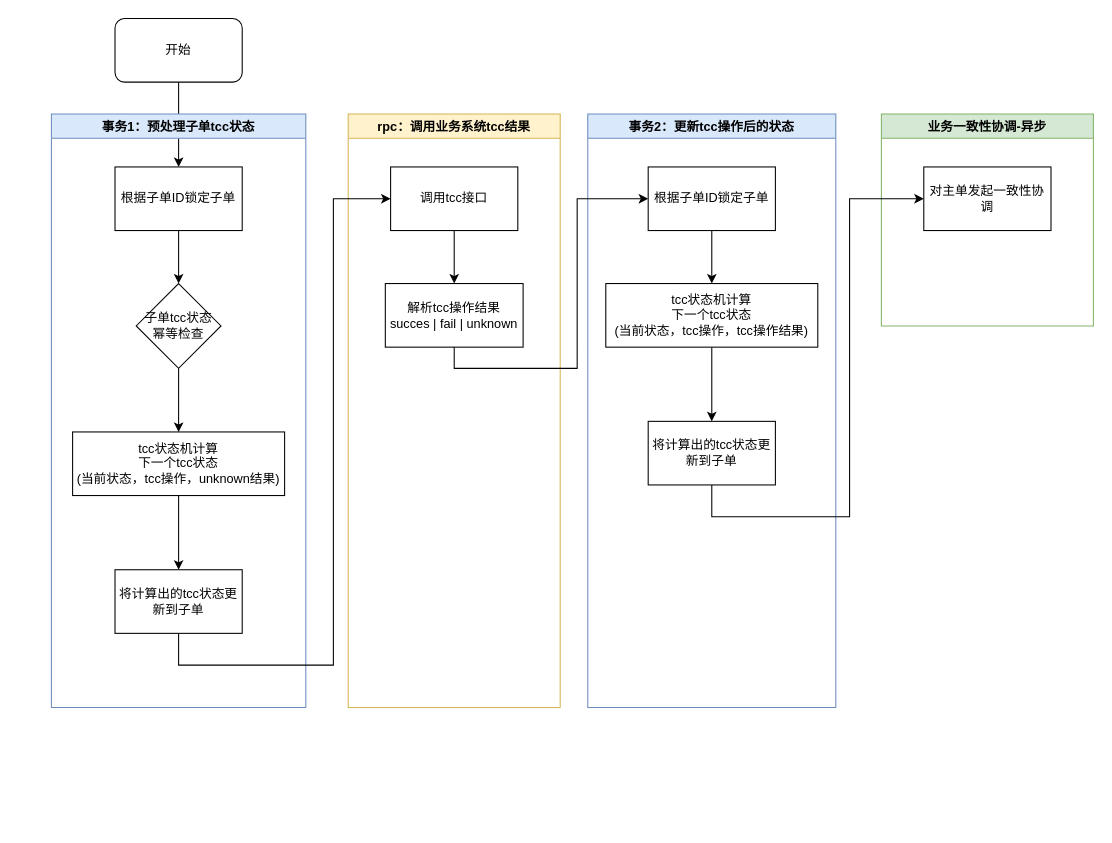
Above: 子单与业务系统单据一致性处理.drawio in catface996/images (draw.io), before the change. Source tidied: cells renumbered, new cells numbered last; positions are measured from the earlier drawing's top-left corner, leaving out a move shared by most shapes. Both pictures are drawn from the tidied source at 106%, with x=0, y=0 at pixel (51, 18).
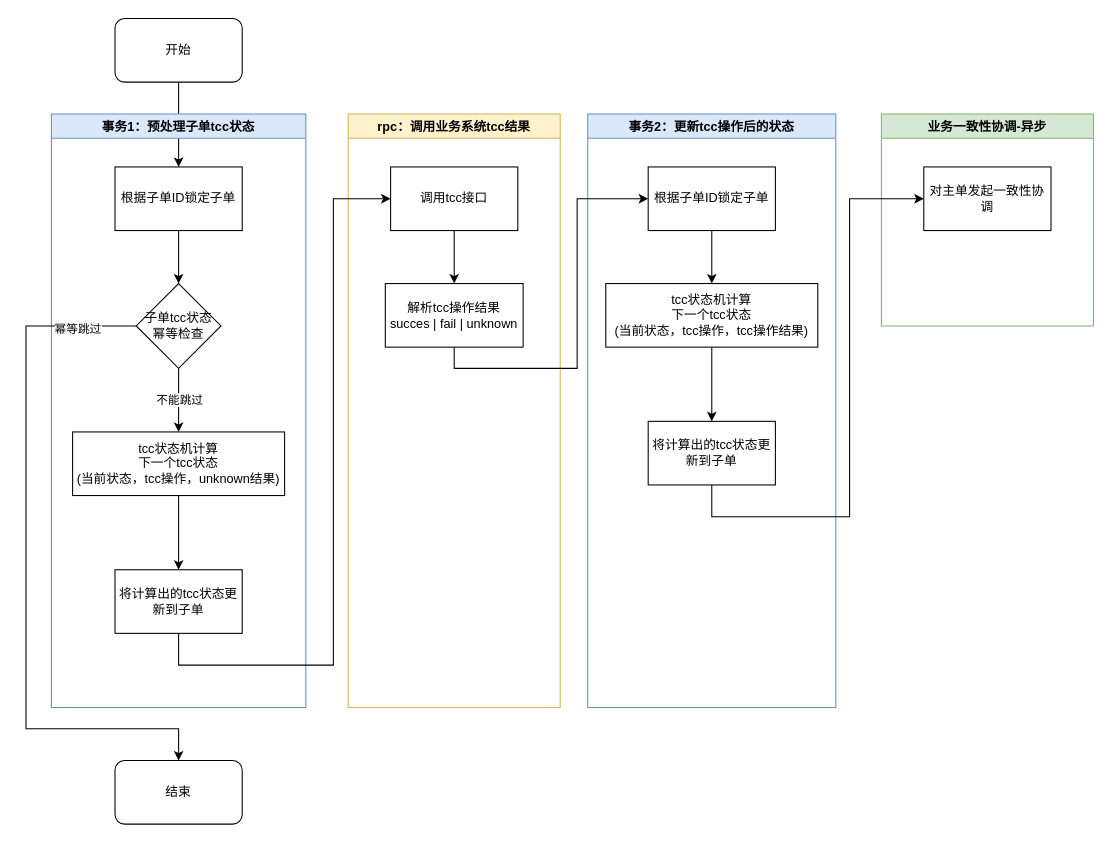
Above is the later version.

Commit message (it also covers changes not shown here):
更新子单与业务系统单据一致性处理.drawio

Unchanged cells that the change refers to:
```xml
<mxCell id="7" style="edgeStyle=orthogonalEdgeStyle;rounded=0;jettySize=auto;html=1;entryX=0.5;entryY=0;entryDx=0;entryDy=0;" parent="4" edge="1" source="8" target="10">
  <mxGeometry relative="1" as="geometry" />
</mxCell>
<mxCell id="8" value="子单tcc状态&lt;br&gt;幂等检查" style="rhombus;whiteSpace=wrap;html=1;" parent="4" vertex="1">
  <mxGeometry x="80" y="160" width="80" height="80" as="geometry" />
</mxCell>
```

The edit, as a diff of the source:
```diff
@@
+    <mxCell id="27" value="不能跳过" style="edgeLabel;html=1;align=center;verticalAlign=middle;" parent="7" vertex="1">
+      <mxGeometry x="-0.03" relative="1" as="geometry" />
+    </mxCell>
@@
+    <mxCell id="28" value="结束" style="rounded=1;whiteSpace=wrap;html=1;" parent="1" vertex="1">
+      <mxGeometry x="60" y="700" width="120" height="60" as="geometry" />
+    </mxCell>
+    <mxCell id="29" style="edgeStyle=orthogonalEdgeStyle;rounded=0;jettySize=auto;html=1;" parent="1" edge="1" source="8" target="28">
+      <mxGeometry relative="1" as="geometry">
+        <Array as="points">
+          <mxPoint x="-24" y="290" />
+          <mxPoint x="-24" y="670" />
+          <mxPoint x="120" y="670" />
+        </Array>
+      </mxGeometry>
+    </mxCell>
+    <mxCell id="30" value="幂等跳过" style="edgeLabel;html=1;align=center;verticalAlign=middle;" parent="29" vertex="1">
+      <mxGeometry x="-0.83" y="2" relative="1" as="geometry" />
+    </mxCell>
```
